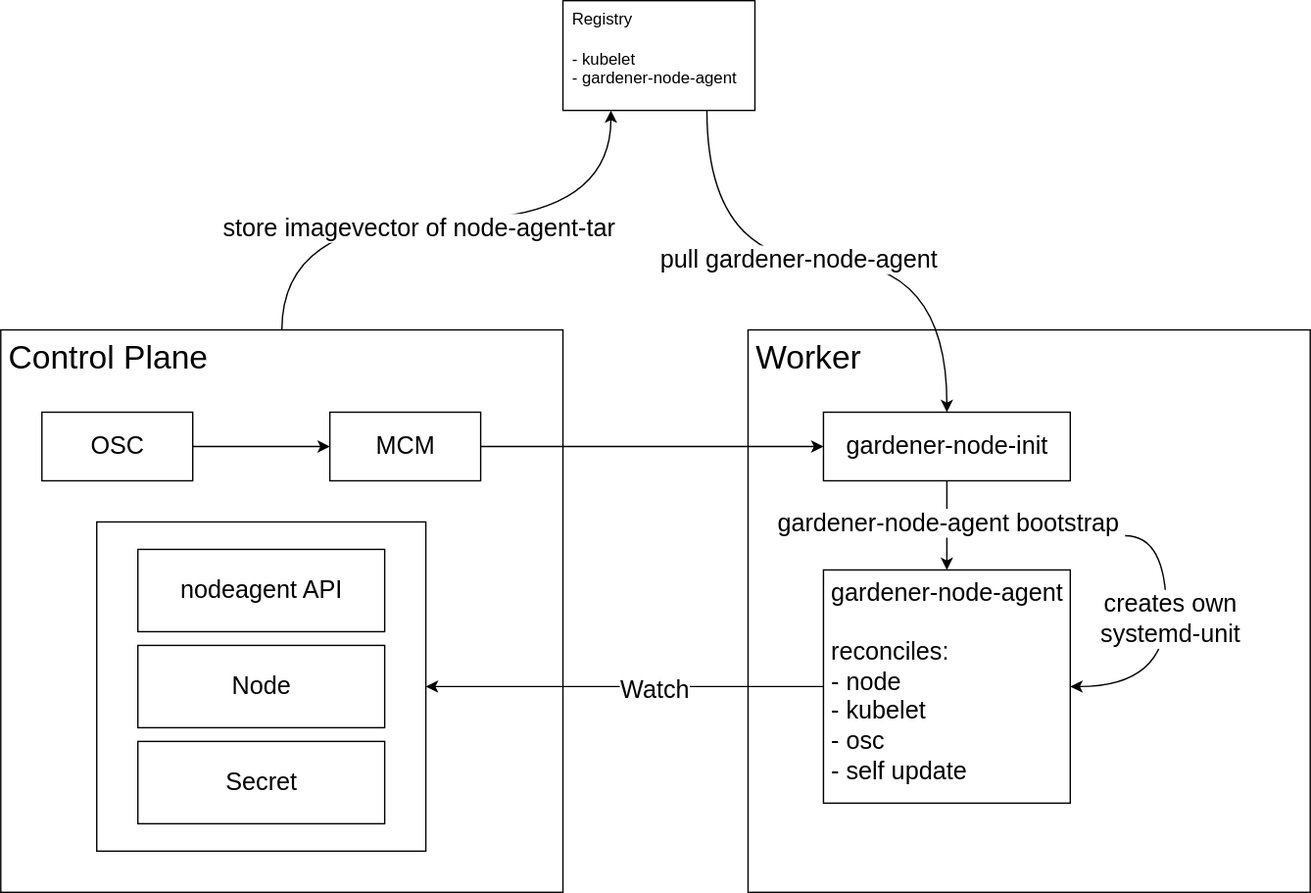
gardener/gardener keeps this draw.io diagram as docs/concepts/images/gardener-nodeagent-architecture.svg. Above is the earlier version. Source tidied: cells renumbered, new cells last; positions are measured from the earlier drawing's top-left corner, leaving out a move shared by most shapes. The source it was exported from:
```xml
<mxGraphModel>
  <root>
    <mxCell id="0" />
    <mxCell id="1" parent="0" />
    <mxCell id="2" style="edgeStyle=orthogonalEdgeStyle;curved=1;html=1;entryX=0.25;entryY=1;entryDx=0;entryDy=0;fontSize=18;" parent="1" edge="1" source="4" target="5">
      <mxGeometry relative="1" as="geometry" />
    </mxCell>
    <mxCell id="3" value="store imagevector of node-agent-tar" style="edgeLabel;html=1;align=center;verticalAlign=middle;fontSize=18;" parent="2" vertex="1">
      <mxGeometry x="-0.1" y="-4" relative="1" as="geometry">
        <mxPoint y="1" as="offset" />
      </mxGeometry>
    </mxCell>
    <mxCell id="4" value="Control Plane" style="whiteSpace=wrap;html=1;align=left;verticalAlign=top;spacingLeft=4;fontSize=24;" parent="1" vertex="1">
      <mxGeometry y="240" width="410" height="410" as="geometry" />
    </mxCell>
    <mxCell id="5" value="Registry&lt;br&gt;&lt;br&gt;- kubelet&lt;br&gt;- gardener-node-agent" style="rounded=0;whiteSpace=wrap;html=1;align=left;verticalAlign=top;spacingTop=0;spacingLeft=5;" parent="1" vertex="1">
      <mxGeometry x="410" width="140" height="80" as="geometry" />
    </mxCell>
    <mxCell id="6" value="Worker" style="whiteSpace=wrap;html=1;align=left;verticalAlign=top;spacingLeft=4;fontSize=24;" parent="1" vertex="1">
      <mxGeometry x="545" y="240" width="410" height="410" as="geometry" />
    </mxCell>
    <mxCell id="7" style="edgeStyle=none;html=1;fontSize=24;" parent="1" edge="1" source="8" target="10">
      <mxGeometry relative="1" as="geometry" />
    </mxCell>
    <mxCell id="8" value="OSC" style="html=1;fontSize=18;" parent="1" vertex="1">
      <mxGeometry x="30" y="300" width="110" height="50" as="geometry" />
    </mxCell>
    <mxCell id="9" style="edgeStyle=orthogonalEdgeStyle;curved=1;html=1;entryX=0;entryY=0.5;entryDx=0;entryDy=0;fontSize=18;" parent="1" edge="1" source="10" target="15">
      <mxGeometry relative="1" as="geometry" />
    </mxCell>
    <mxCell id="10" value="MCM" style="html=1;fontSize=18;" parent="1" vertex="1">
      <mxGeometry x="240" y="300" width="110" height="50" as="geometry" />
    </mxCell>
    <mxCell id="11" style="edgeStyle=none;html=1;entryX=0.5;entryY=0;entryDx=0;entryDy=0;fontSize=18;" parent="1" edge="1" source="15" target="16">
      <mxGeometry relative="1" as="geometry" />
    </mxCell>
    <mxCell id="12" value="gardener-node-agent bootstrap" style="edgeLabel;html=1;align=center;verticalAlign=middle;fontSize=18;" parent="11" vertex="1">
      <mxGeometry x="-0.4" y="-2" relative="1" as="geometry">
        <mxPoint x="2" y="10" as="offset" />
      </mxGeometry>
    </mxCell>
    <mxCell id="13" style="edgeStyle=orthogonalEdgeStyle;curved=1;html=1;fontSize=18;exitX=0.75;exitY=1;exitDx=0;exitDy=0;entryX=0.5;entryY=0;entryDx=0;entryDy=0;" parent="1" edge="1" source="5" target="15">
      <mxGeometry relative="1" as="geometry" />
    </mxCell>
    <mxCell id="14" value="pull gardener-node-agent" style="edgeLabel;html=1;align=center;verticalAlign=middle;fontSize=18;" parent="13" vertex="1">
      <mxGeometry x="-0.11" y="2" relative="1" as="geometry" />
    </mxCell>
    <mxCell id="15" value="gardener-node-init" style="html=1;fontSize=18;" parent="1" vertex="1">
      <mxGeometry x="600" y="300" width="180" height="50" as="geometry" />
    </mxCell>
    <mxCell id="16" value="gardener-node-agent&lt;br&gt;&lt;br&gt;&lt;div style=&quot;text-align: left;&quot;&gt;&lt;span style=&quot;background-color: initial;&quot;&gt;reconciles:&lt;/span&gt;&lt;/div&gt;&lt;div style=&quot;text-align: left;&quot;&gt;&lt;span style=&quot;background-color: initial;&quot;&gt;- node&lt;/span&gt;&lt;/div&gt;&lt;div style=&quot;text-align: left;&quot;&gt;&lt;span style=&quot;background-color: initial;&quot;&gt;- kubelet&lt;/span&gt;&lt;/div&gt;&lt;div style=&quot;text-align: left;&quot;&gt;&lt;span style=&quot;background-color: initial;&quot;&gt;- osc&lt;/span&gt;&lt;/div&gt;&lt;div style=&quot;text-align: left;&quot;&gt;&lt;span style=&quot;background-color: initial;&quot;&gt;- self update&lt;/span&gt;&lt;/div&gt;" style="html=1;fontSize=18;verticalAlign=top;" parent="1" vertex="1">
      <mxGeometry x="600" y="415" width="180" height="170" as="geometry" />
    </mxCell>
    <mxCell id="17" style="rounded=0;whiteSpace=wrap;html=1;fontSize=18;" parent="1" vertex="1">
      <mxGeometry x="70" y="380" width="240" height="240" as="geometry" />
    </mxCell>
    <mxCell id="18" value="nodeagent API" style="html=1;fontSize=18;" parent="1" vertex="1">
      <mxGeometry x="100" y="400" width="180" height="60" as="geometry" />
    </mxCell>
    <mxCell id="19" style="edgeStyle=none;html=1;fontSize=24;exitX=0;exitY=0.5;exitDx=0;exitDy=0;entryX=1;entryY=0.5;entryDx=0;entryDy=0;" parent="1" edge="1" source="16" target="17">
      <mxGeometry relative="1" as="geometry" />
    </mxCell>
    <mxCell id="20" value="Watch" style="edgeLabel;html=1;align=center;verticalAlign=middle;fontSize=18;" parent="19" vertex="1">
      <mxGeometry x="-0.14" y="2" relative="1" as="geometry" />
    </mxCell>
    <mxCell id="21" value="Node" style="html=1;fontSize=18;" parent="1" vertex="1">
      <mxGeometry x="100" y="470" width="180" height="60" as="geometry" />
    </mxCell>
    <mxCell id="22" value="Secret" style="html=1;fontSize=18;" parent="1" vertex="1">
      <mxGeometry x="100" y="540" width="180" height="60" as="geometry" />
    </mxCell>
    <mxCell id="23" style="edgeStyle=orthogonalEdgeStyle;html=1;fontSize=24;entryX=1;entryY=0.5;entryDx=0;entryDy=0;curved=1;" parent="1" edge="1" target="16">
      <mxGeometry relative="1" as="geometry">
        <mxPoint x="820" y="390" as="sourcePoint" />
        <Array as="points">
          <mxPoint x="850" y="390" />
          <mxPoint x="850" y="500" />
        </Array>
      </mxGeometry>
    </mxCell>
    <mxCell id="24" value="creates own&lt;br&gt;systemd-unit" style="edgeLabel;html=1;align=center;verticalAlign=middle;fontSize=18;" parent="23" vertex="1">
      <mxGeometry x="-0.14" y="2" relative="1" as="geometry" />
    </mxCell>
  </root>
</mxGraphModel>
```
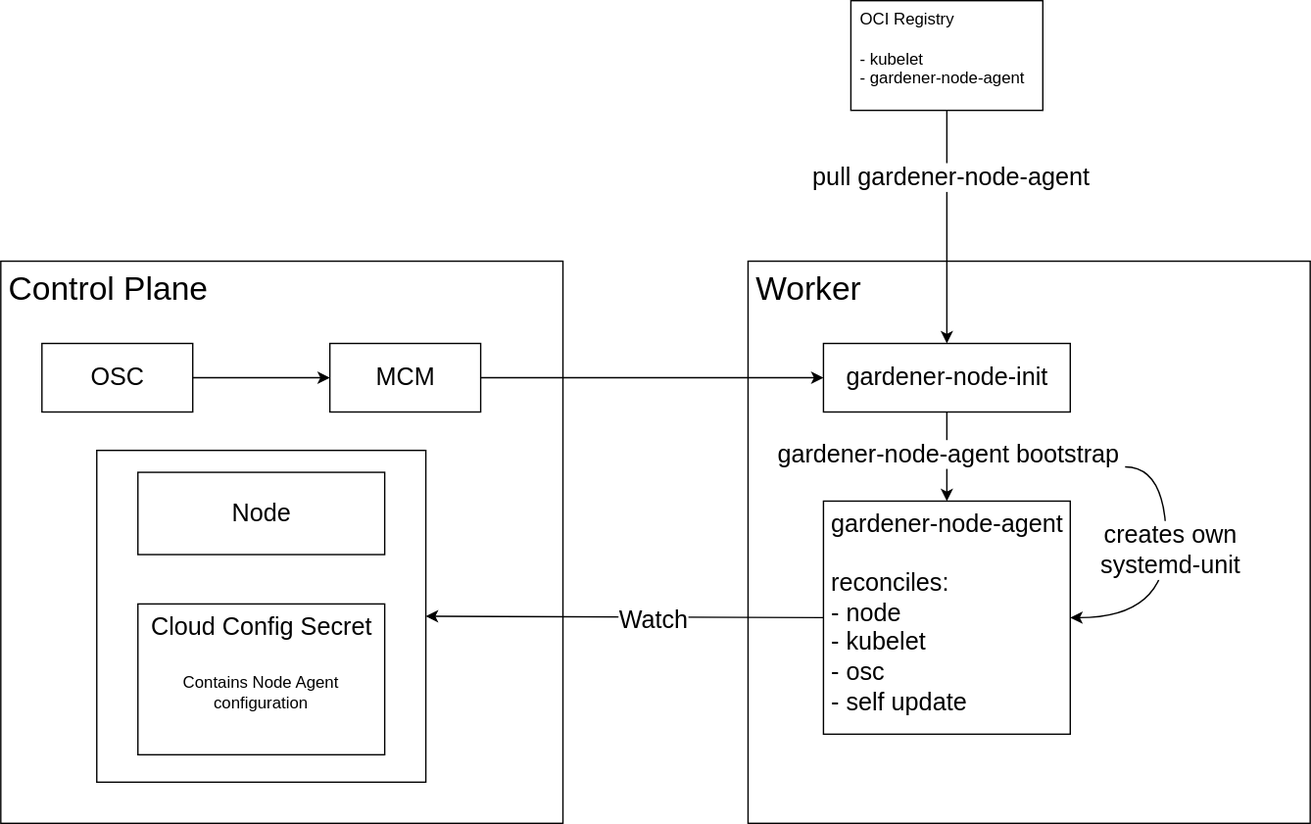
Above is the later version.

Commit message:
docs(nodeagent): corrected architecture diagram

Change to the diagram source:
```diff
@@ -2,19 +2,11 @@
   <root>
     <mxCell id="0" />
     <mxCell id="1" parent="0" />
-    <mxCell id="2" style="edgeStyle=orthogonalEdgeStyle;curved=1;html=1;entryX=0.25;entryY=1;entryDx=0;entryDy=0;fontSize=18;" parent="1" edge="1" source="4" target="5">
-      <mxGeometry relative="1" as="geometry" />
-    </mxCell>
-    <mxCell id="3" value="store imagevector of node-agent-tar" style="edgeLabel;html=1;align=center;verticalAlign=middle;fontSize=18;" parent="2" vertex="1">
-      <mxGeometry x="-0.1" y="-4" relative="1" as="geometry">
-        <mxPoint y="1" as="offset" />
-      </mxGeometry>
-    </mxCell>
     <mxCell id="4" value="Control Plane" style="whiteSpace=wrap;html=1;align=left;verticalAlign=top;spacingLeft=4;fontSize=24;" parent="1" vertex="1">
       <mxGeometry y="240" width="410" height="410" as="geometry" />
     </mxCell>
-    <mxCell id="5" value="Registry&lt;br&gt;&lt;br&gt;- kubelet&lt;br&gt;- gardener-node-agent" style="rounded=0;whiteSpace=wrap;html=1;align=left;verticalAlign=top;spacingTop=0;spacingLeft=5;" parent="1" vertex="1">
-      <mxGeometry x="410" width="140" height="80" as="geometry" />
+    <mxCell id="5" value="OCI Registry&lt;br&gt;&lt;br&gt;- kubelet&lt;br&gt;- gardener-node-agent" style="rounded=0;whiteSpace=wrap;html=1;align=left;verticalAlign=top;spacingTop=0;spacingLeft=5;" parent="1" vertex="1">
+      <mxGeometry x="620" y="50" width="140" height="80" as="geometry" />
     </mxCell>
     <mxCell id="6" value="Worker" style="whiteSpace=wrap;html=1;align=left;verticalAlign=top;spacingLeft=4;fontSize=24;" parent="1" vertex="1">
       <mxGeometry x="545" y="240" width="410" height="410" as="geometry" />
@@ -39,11 +31,18 @@
         <mxPoint x="2" y="10" as="offset" />
       </mxGeometry>
     </mxCell>
-    <mxCell id="13" style="edgeStyle=orthogonalEdgeStyle;curved=1;html=1;fontSize=18;exitX=0.75;exitY=1;exitDx=0;exitDy=0;entryX=0.5;entryY=0;entryDx=0;entryDy=0;" parent="1" edge="1" source="5" target="15">
-      <mxGeometry relative="1" as="geometry" />
+    <mxCell id="13" style="edgeStyle=orthogonalEdgeStyle;curved=1;html=1;fontSize=18;entryX=0.5;entryY=0;entryDx=0;entryDy=0;" parent="1" edge="1" source="5" target="15">
+      <mxGeometry relative="1" as="geometry">
+        <Array as="points">
+          <mxPoint x="690" y="200" />
+          <mxPoint x="690" y="200" />
+        </Array>
+      </mxGeometry>
     </mxCell>
     <mxCell id="14" value="pull gardener-node-agent" style="edgeLabel;html=1;align=center;verticalAlign=middle;fontSize=18;" parent="13" vertex="1">
-      <mxGeometry x="-0.11" y="2" relative="1" as="geometry" />
+      <mxGeometry x="-0.11" y="2" relative="1" as="geometry">
+        <mxPoint y="-28" as="offset" />
+      </mxGeometry>
     </mxCell>
     <mxCell id="15" value="gardener-node-init" style="html=1;fontSize=18;" parent="1" vertex="1">
       <mxGeometry x="600" y="300" width="180" height="50" as="geometry" />
@@ -52,11 +51,8 @@
       <mxGeometry x="600" y="415" width="180" height="170" as="geometry" />
     </mxCell>
     <mxCell id="17" style="rounded=0;whiteSpace=wrap;html=1;fontSize=18;" parent="1" vertex="1">
-      <mxGeometry x="70" y="380" width="240" height="240" as="geometry" />
+      <mxGeometry x="70" y="378" width="240" height="242" as="geometry" />
     </mxCell>
-    <mxCell id="18" value="nodeagent API" style="html=1;fontSize=18;" parent="1" vertex="1">
-      <mxGeometry x="100" y="400" width="180" height="60" as="geometry" />
-    </mxCell>
     <mxCell id="19" style="edgeStyle=none;html=1;fontSize=24;exitX=0;exitY=0.5;exitDx=0;exitDy=0;entryX=1;entryY=0.5;entryDx=0;entryDy=0;" parent="1" edge="1" source="16" target="17">
       <mxGeometry relative="1" as="geometry" />
     </mxCell>
@@ -64,10 +60,10 @@
       <mxGeometry x="-0.14" y="2" relative="1" as="geometry" />
     </mxCell>
     <mxCell id="21" value="Node" style="html=1;fontSize=18;" parent="1" vertex="1">
-      <mxGeometry x="100" y="470" width="180" height="60" as="geometry" />
+      <mxGeometry x="100" y="394" width="180" height="60" as="geometry" />
     </mxCell>
-    <mxCell id="22" value="Secret" style="html=1;fontSize=18;" parent="1" vertex="1">
-      <mxGeometry x="100" y="540" width="180" height="60" as="geometry" />
+    <mxCell id="22" value="Cloud Config Secret" style="html=1;fontSize=18;verticalAlign=top;" parent="1" vertex="1">
+      <mxGeometry x="100" y="490" width="180" height="110" as="geometry" />
     </mxCell>
     <mxCell id="23" style="edgeStyle=orthogonalEdgeStyle;html=1;fontSize=24;entryX=1;entryY=0.5;entryDx=0;entryDy=0;curved=1;" parent="1" edge="1" target="16">
       <mxGeometry relative="1" as="geometry">
@@ -81,5 +77,8 @@
     <mxCell id="24" value="creates own&lt;br&gt;systemd-unit" style="edgeLabel;html=1;align=center;verticalAlign=middle;fontSize=18;" parent="23" vertex="1">
       <mxGeometry x="-0.14" y="2" relative="1" as="geometry" />
     </mxCell>
+    <mxCell id="25" value="Contains Node Agent configuration" style="text;strokeColor=none;align=center;fillColor=none;html=1;verticalAlign=middle;whiteSpace=wrap;rounded=0;" parent="1" vertex="1">
+      <mxGeometry x="130" y="540" width="120" height="30" as="geometry" />
+    </mxCell>
   </root>
 </mxGraphModel>
```
